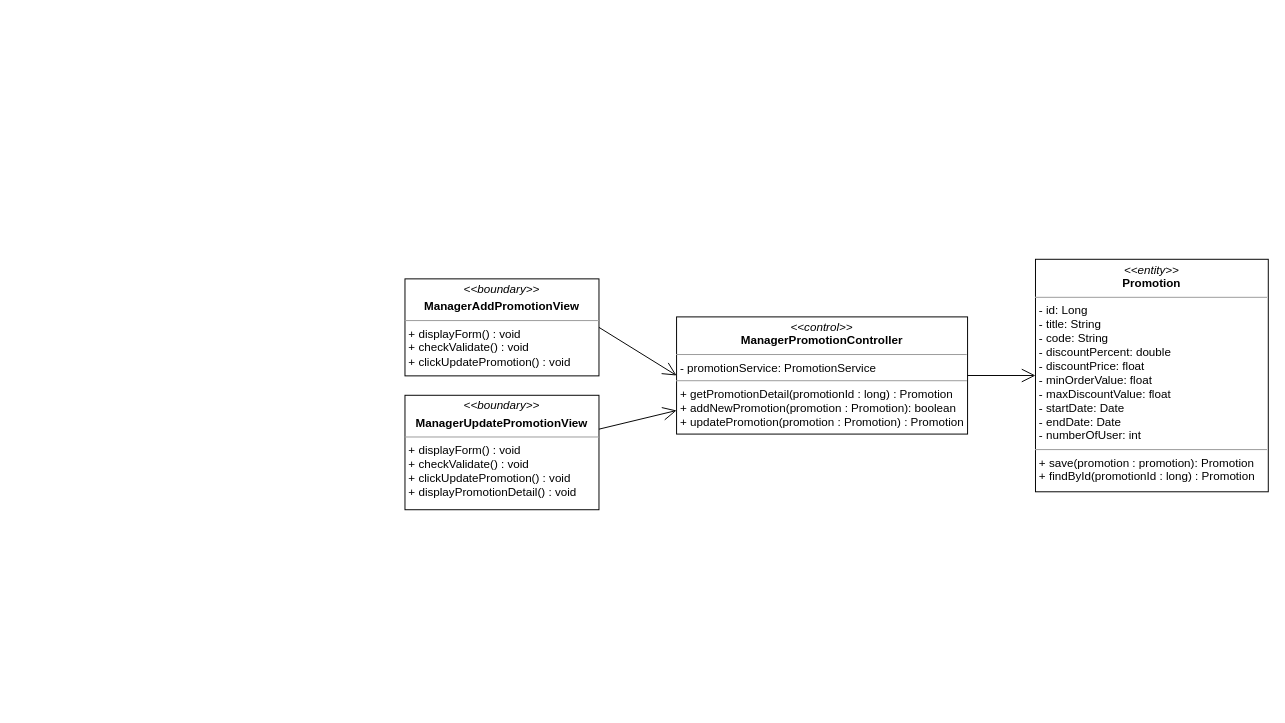
The draw.io diagram class diagram/add-promotion-class-diagram.drawio in nguyenphamvan/datn_20202, before the edit. Source tidied: cells renumbered, new cells numbered last; positions are measured from the earlier drawing's top-left corner, leaving out a move shared by most shapes. Both pictures are drawn from the tidied source at 97%, with x=0, y=0 at pixel (404, 259).
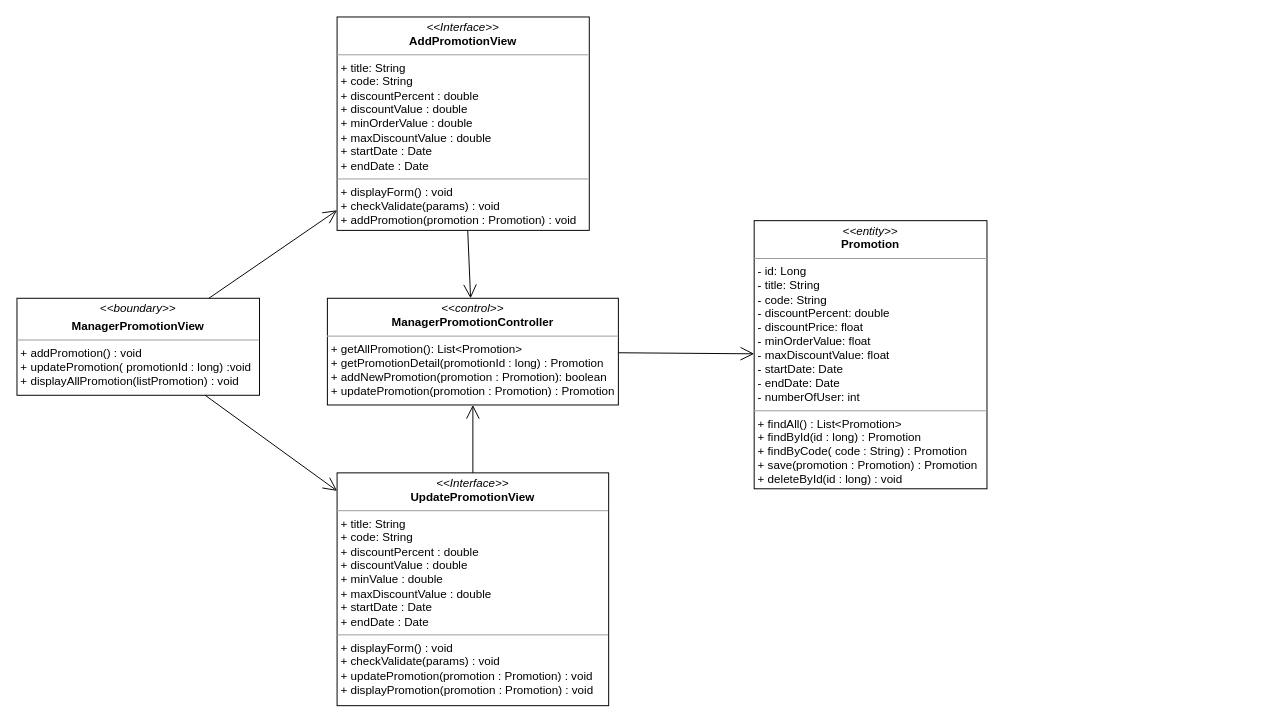
The same page after the edit.

What changed in the source:
```diff
@@
 <mxGraphModel>
   <root>
     <mxCell id="0" />
     <mxCell id="1" parent="0" />
-    <mxCell id="2" value="&lt;p style=&quot;margin: 0px ; margin-top: 4px ; text-align: center&quot;&gt;&lt;i&gt;&amp;lt;&amp;lt;boundary&amp;gt;&amp;gt;&lt;/i&gt;&lt;/p&gt;&lt;p style=&quot;margin: 0px ; margin-top: 4px ; text-align: center&quot;&gt;&lt;b&gt;ManagerAddPromotionView&lt;/b&gt;&lt;/p&gt;&lt;hr size=&quot;1&quot;&gt;&lt;p style=&quot;margin: 0px ; margin-left: 4px&quot;&gt;&lt;span&gt;+ displayForm() : void&lt;/span&gt;&lt;br&gt;&lt;/p&gt;&lt;p style=&quot;margin: 0px ; margin-left: 4px&quot;&gt;&lt;span&gt;+ checkValidate() : void&lt;/span&gt;&lt;/p&gt;&lt;p style=&quot;margin: 0px ; margin-left: 4px&quot;&gt;&lt;span&gt;+ clickUpdatePromotion() : void&lt;/span&gt;&lt;/p&gt;" style="verticalAlign=top;align=left;overflow=fill;fontSize=12;fontFamily=Helvetica;html=1;" parent="1" vertex="1">
-      <mxGeometry y="20" width="200" height="100" as="geometry" />
-    </mxCell>
-    <mxCell id="3" style="endArrow=open;endFill=1;endSize=12;html=1;entryX=0;entryY=0.5;entryDx=0;entryDy=0;exitX=1;exitY=0.5;exitDx=0;exitDy=0;" parent="1" edge="1" source="2" target="4">
+    <mxCell id="3" style="endArrow=open;endFill=1;endSize=12;html=1;" parent="1" edge="1" source="10" target="4">
       <mxGeometry relative="1" as="geometry" />
     </mxCell>
-    <mxCell id="4" value="&lt;p style=&quot;margin: 0px ; margin-top: 4px ; text-align: center&quot;&gt;&lt;i&gt;&amp;lt;&amp;lt;control&amp;gt;&amp;gt;&lt;/i&gt;&lt;br&gt;&lt;b&gt;ManagerPromotionController&lt;/b&gt;&lt;br&gt;&lt;/p&gt;&lt;hr size=&quot;1&quot;&gt;&lt;p style=&quot;margin: 0px ; margin-left: 4px&quot;&gt;- promotionService: PromotionService&lt;br&gt;&lt;/p&gt;&lt;hr size=&quot;1&quot;&gt;&lt;p style=&quot;margin: 0px ; margin-left: 4px&quot;&gt;+ getPromotionDetail(promotionId : long) : Promotion&lt;/p&gt;&lt;p style=&quot;margin: 0px ; margin-left: 4px&quot;&gt;+ addNewPromotion(promotion : Promotion): boolean&lt;/p&gt;&lt;p style=&quot;margin: 0px ; margin-left: 4px&quot;&gt;+ updatePromotion(promotion : Promotion) : Promotion&lt;/p&gt;" style="verticalAlign=top;align=left;overflow=fill;fontSize=12;fontFamily=Helvetica;html=1;" parent="1" vertex="1">
-      <mxGeometry x="280" y="59.2" width="300" height="120.8" as="geometry" />
+    <mxCell id="4" value="&lt;p style=&quot;margin: 0px ; margin-top: 4px ; text-align: center&quot;&gt;&lt;i&gt;&amp;lt;&amp;lt;control&amp;gt;&amp;gt;&lt;/i&gt;&lt;br&gt;&lt;b&gt;ManagerPromotionController&lt;/b&gt;&lt;/p&gt;&lt;hr size=&quot;1&quot;&gt;&lt;p style=&quot;margin: 0px ; margin-left: 4px&quot;&gt;+ getAllPromotion(): List&amp;lt;Promotion&amp;gt;&lt;br&gt;&lt;/p&gt;&lt;p style=&quot;margin: 0px ; margin-left: 4px&quot;&gt;+ getPromotionDetail(promotionId : long) : Promotion&lt;/p&gt;&lt;p style=&quot;margin: 0px ; margin-left: 4px&quot;&gt;+ addNewPromotion(promotion : Promotion): boolean&lt;/p&gt;&lt;p style=&quot;margin: 0px ; margin-left: 4px&quot;&gt;+ updatePromotion(promotion : Promotion) : Promotion&lt;/p&gt;" style="verticalAlign=top;align=left;overflow=fill;fontSize=12;fontFamily=Helvetica;html=1;" parent="1" vertex="1">
+      <mxGeometry x="-80" y="40" width="300" height="110" as="geometry" />
     </mxCell>
     <mxCell id="5" style="endArrow=open;endFill=1;endSize=12;html=1;" parent="1" edge="1" source="4" target="6">
       <mxGeometry relative="1" as="geometry" />
     </mxCell>
-    <mxCell id="6" value="&lt;p style=&quot;margin: 0px ; margin-top: 4px ; text-align: center&quot;&gt;&lt;i&gt;&amp;lt;&amp;lt;entity&amp;gt;&amp;gt;&lt;/i&gt;&lt;br&gt;&lt;b&gt;Promotion&lt;/b&gt;&lt;/p&gt;&lt;hr size=&quot;1&quot;&gt;&lt;p style=&quot;margin: 0px ; margin-left: 4px&quot;&gt;- id: Long&lt;/p&gt;&lt;p style=&quot;margin: 0px 0px 0px 4px&quot;&gt;- title: String&lt;br&gt;- code: String&lt;/p&gt;&lt;p style=&quot;margin: 0px 0px 0px 4px&quot;&gt;- discountPercent: double&lt;/p&gt;&lt;p style=&quot;margin: 0px 0px 0px 4px&quot;&gt;- discountPrice: float&lt;/p&gt;&lt;p style=&quot;margin: 0px 0px 0px 4px&quot;&gt;- minOrderValue: float&lt;/p&gt;&lt;p style=&quot;margin: 0px 0px 0px 4px&quot;&gt;- maxDiscountValue: float&lt;/p&gt;&lt;p style=&quot;margin: 0px 0px 0px 4px&quot;&gt;- startDate: Date&lt;/p&gt;&lt;p style=&quot;margin: 0px 0px 0px 4px&quot;&gt;- endDate: Date&lt;/p&gt;&lt;p style=&quot;margin: 0px 0px 0px 4px&quot;&gt;- numberOfUser: int&lt;span&gt;&amp;nbsp;&lt;/span&gt;&lt;/p&gt;&lt;hr size=&quot;1&quot;&gt;&lt;p style=&quot;margin: 0px ; margin-left: 4px&quot;&gt;+ save(promotion : promotion): Promotion&lt;/p&gt;&lt;p style=&quot;margin: 0px ; margin-left: 4px&quot;&gt;+ findById(promotionId : long) : Promotion&lt;/p&gt;" style="verticalAlign=top;align=left;overflow=fill;fontSize=12;fontFamily=Helvetica;html=1;" parent="1" vertex="1">
-      <mxGeometry x="650" y="-0.2" width="240" height="239.7" as="geometry" />
+    <mxCell id="6" value="&lt;p style=&quot;margin: 0px ; margin-top: 4px ; text-align: center&quot;&gt;&lt;i&gt;&amp;lt;&amp;lt;entity&amp;gt;&amp;gt;&lt;/i&gt;&lt;br&gt;&lt;b&gt;Promotion&lt;/b&gt;&lt;/p&gt;&lt;hr size=&quot;1&quot;&gt;&lt;p style=&quot;margin: 0px ; margin-left: 4px&quot;&gt;- id: Long&lt;/p&gt;&lt;p style=&quot;margin: 0px 0px 0px 4px&quot;&gt;- title: String&lt;br&gt;- code: String&lt;/p&gt;&lt;p style=&quot;margin: 0px 0px 0px 4px&quot;&gt;- discountPercent: double&lt;/p&gt;&lt;p style=&quot;margin: 0px 0px 0px 4px&quot;&gt;- discountPrice: float&lt;/p&gt;&lt;p style=&quot;margin: 0px 0px 0px 4px&quot;&gt;- minOrderValue: float&lt;/p&gt;&lt;p style=&quot;margin: 0px 0px 0px 4px&quot;&gt;- maxDiscountValue: float&lt;/p&gt;&lt;p style=&quot;margin: 0px 0px 0px 4px&quot;&gt;- startDate: Date&lt;/p&gt;&lt;p style=&quot;margin: 0px 0px 0px 4px&quot;&gt;- endDate: Date&lt;/p&gt;&lt;p style=&quot;margin: 0px 0px 0px 4px&quot;&gt;- numberOfUser: int&lt;span&gt;&amp;nbsp;&lt;/span&gt;&lt;/p&gt;&lt;hr size=&quot;1&quot;&gt;&lt;p style=&quot;margin: 0px 0px 0px 4px&quot;&gt;+ findAll() : List&amp;lt;Promotion&amp;gt;&lt;/p&gt;&lt;p style=&quot;margin: 0px 0px 0px 4px&quot;&gt;+ findById(id : long) : Promotion&lt;/p&gt;&lt;p style=&quot;margin: 0px 0px 0px 4px&quot;&gt;+ findByCode( code : String) : Promotion&lt;/p&gt;&lt;p style=&quot;margin: 0px 0px 0px 4px&quot;&gt;+ save(promotion : Promotion) : Promotion&lt;/p&gt;&lt;p style=&quot;margin: 0px 0px 0px 4px&quot;&gt;+ deleteById(id : long) : void&lt;/p&gt;" style="verticalAlign=top;align=left;overflow=fill;fontSize=12;fontFamily=Helvetica;html=1;" parent="1" vertex="1">
+      <mxGeometry x="360" y="-40" width="240" height="276.4" as="geometry" />
     </mxCell>
-    <mxCell id="7" value="&lt;p style=&quot;margin: 0px ; margin-top: 4px ; text-align: center&quot;&gt;&lt;i&gt;&amp;lt;&amp;lt;boundary&amp;gt;&amp;gt;&lt;/i&gt;&lt;/p&gt;&lt;p style=&quot;margin: 0px ; margin-top: 4px ; text-align: center&quot;&gt;&lt;b&gt;ManagerUpdatePromotionView&lt;/b&gt;&lt;/p&gt;&lt;hr size=&quot;1&quot;&gt;&lt;p style=&quot;margin: 0px ; margin-left: 4px&quot;&gt;&lt;span&gt;+ displayForm() : void&lt;/span&gt;&lt;br&gt;&lt;/p&gt;&lt;p style=&quot;margin: 0px ; margin-left: 4px&quot;&gt;&lt;span&gt;+ checkValidate() : void&lt;/span&gt;&lt;/p&gt;&lt;p style=&quot;margin: 0px ; margin-left: 4px&quot;&gt;&lt;span&gt;+ clickUpdatePromotion() : void&lt;/span&gt;&lt;/p&gt;&lt;p style=&quot;margin: 0px ; margin-left: 4px&quot;&gt;&lt;span&gt;+ displayPromotionDetail() : void&lt;/span&gt;&lt;/p&gt;" style="verticalAlign=top;align=left;overflow=fill;fontSize=12;fontFamily=Helvetica;html=1;" parent="1" vertex="1">
-      <mxGeometry y="140" width="200" height="118" as="geometry" />
-    </mxCell>
-    <mxCell id="8" style="endArrow=open;endFill=1;endSize=12;html=1;" parent="1" edge="1" source="7" target="4">
+    <mxCell id="8" style="endArrow=open;endFill=1;endSize=12;html=1;" parent="1" edge="1" source="11" target="4">
       <mxGeometry relative="1" as="geometry" />
     </mxCell>
+    <mxCell id="9" value="&lt;p style=&quot;margin: 0px ; margin-top: 4px ; text-align: center&quot;&gt;&lt;i&gt;&amp;lt;&amp;lt;boundary&amp;gt;&amp;gt;&lt;/i&gt;&lt;/p&gt;&lt;p style=&quot;margin: 0px ; margin-top: 4px ; text-align: center&quot;&gt;&lt;b&gt;ManagerPromotionView&lt;/b&gt;&lt;/p&gt;&lt;hr size=&quot;1&quot;&gt;&lt;p style=&quot;margin: 0px ; margin-left: 4px&quot;&gt;&lt;span&gt;+ addPromotion() : void&lt;/span&gt;&lt;br&gt;&lt;/p&gt;&lt;p style=&quot;margin: 0px ; margin-left: 4px&quot;&gt;&lt;span&gt;+ updatePromotion( promotionId : long) :void&lt;/span&gt;&lt;/p&gt;&lt;p style=&quot;margin: 0px ; margin-left: 4px&quot;&gt;+ displayAllPromotion(listPromotion) : void&lt;span&gt;&lt;br&gt;&lt;/span&gt;&lt;/p&gt;" style="verticalAlign=top;align=left;overflow=fill;fontSize=12;fontFamily=Helvetica;html=1;" parent="1" vertex="1">
+      <mxGeometry x="-400" y="40" width="250" height="100" as="geometry" />
+    </mxCell>
+    <mxCell id="10" value="&lt;p style=&quot;margin: 0px ; margin-top: 4px ; text-align: center&quot;&gt;&lt;i&gt;&amp;lt;&amp;lt;Interface&amp;gt;&amp;gt;&lt;/i&gt;&lt;br&gt;&lt;b&gt;AddPromotionView&lt;/b&gt;&lt;br&gt;&lt;/p&gt;&lt;hr size=&quot;1&quot;&gt;&lt;p style=&quot;margin: 0px ; margin-left: 4px&quot;&gt;+ title: String&lt;br&gt;+ code: String&lt;/p&gt;&lt;p style=&quot;margin: 0px ; margin-left: 4px&quot;&gt;+ discountPercent : double&lt;/p&gt;&lt;p style=&quot;margin: 0px ; margin-left: 4px&quot;&gt;+ discountValue : double&lt;/p&gt;&lt;p style=&quot;margin: 0px ; margin-left: 4px&quot;&gt;+ minOrderValue : double&lt;/p&gt;&lt;p style=&quot;margin: 0px ; margin-left: 4px&quot;&gt;+ maxDiscountValue : double&lt;/p&gt;&lt;p style=&quot;margin: 0px ; margin-left: 4px&quot;&gt;+ startDate : Date&lt;/p&gt;&lt;p style=&quot;margin: 0px ; margin-left: 4px&quot;&gt;+ endDate : Date&lt;/p&gt;&lt;hr size=&quot;1&quot;&gt;&lt;p style=&quot;margin: 0px 0px 0px 4px&quot;&gt;+ displayForm() : void&lt;br&gt;&lt;/p&gt;&lt;p style=&quot;margin: 0px 0px 0px 4px&quot;&gt;+ checkValidate(params) : void&lt;/p&gt;&lt;p style=&quot;margin: 0px 0px 0px 4px&quot;&gt;+ addPromotion(promotion : Promotion) : void&lt;/p&gt;" style="verticalAlign=top;align=left;overflow=fill;fontSize=12;fontFamily=Helvetica;html=1;" parent="1" vertex="1">
+      <mxGeometry x="-70" y="-250" width="260" height="220" as="geometry" />
+    </mxCell>
+    <mxCell id="11" value="&lt;p style=&quot;margin: 0px ; margin-top: 4px ; text-align: center&quot;&gt;&lt;i&gt;&amp;lt;&amp;lt;Interface&amp;gt;&amp;gt;&lt;/i&gt;&lt;br&gt;&lt;b&gt;UpdatePromotionView&lt;/b&gt;&lt;br&gt;&lt;/p&gt;&lt;hr size=&quot;1&quot;&gt;&lt;p style=&quot;margin: 0px ; margin-left: 4px&quot;&gt;+ title: String&lt;br&gt;+ code: String&lt;/p&gt;&lt;p style=&quot;margin: 0px ; margin-left: 4px&quot;&gt;+ discountPercent : double&lt;/p&gt;&lt;p style=&quot;margin: 0px ; margin-left: 4px&quot;&gt;+ discountValue : double&lt;/p&gt;&lt;p style=&quot;margin: 0px ; margin-left: 4px&quot;&gt;+ minValue : double&lt;/p&gt;&lt;p style=&quot;margin: 0px ; margin-left: 4px&quot;&gt;+ maxDiscountValue : double&lt;/p&gt;&lt;p style=&quot;margin: 0px ; margin-left: 4px&quot;&gt;+ startDate : Date&lt;/p&gt;&lt;p style=&quot;margin: 0px ; margin-left: 4px&quot;&gt;+ endDate : Date&lt;/p&gt;&lt;hr size=&quot;1&quot;&gt;&lt;p style=&quot;margin: 0px 0px 0px 4px&quot;&gt;+ displayForm() : void&lt;br&gt;&lt;/p&gt;&lt;p style=&quot;margin: 0px 0px 0px 4px&quot;&gt;+ checkValidate(params) : void&lt;/p&gt;&lt;p style=&quot;margin: 0px 0px 0px 4px&quot;&gt;+ updatePromotion(promotion : Promotion) : void&lt;/p&gt;&lt;p style=&quot;margin: 0px 0px 0px 4px&quot;&gt;+ displayPromotion(promotion : Promotion) : void&lt;/p&gt;" style="verticalAlign=top;align=left;overflow=fill;fontSize=12;fontFamily=Helvetica;html=1;" parent="1" vertex="1">
+      <mxGeometry x="-70" y="220" width="280" height="240" as="geometry" />
+    </mxCell>
+    <mxCell id="12" style="endArrow=open;endFill=1;endSize=12;html=1;" parent="1" edge="1" source="9" target="10">
+      <mxGeometry relative="1" as="geometry" />
+    </mxCell>
+    <mxCell id="13" style="endArrow=open;endFill=1;endSize=12;html=1;" parent="1" edge="1" source="9" target="11">
+      <mxGeometry relative="1" as="geometry" />
+    </mxCell>
   </root>
 </mxGraphModel>
```
